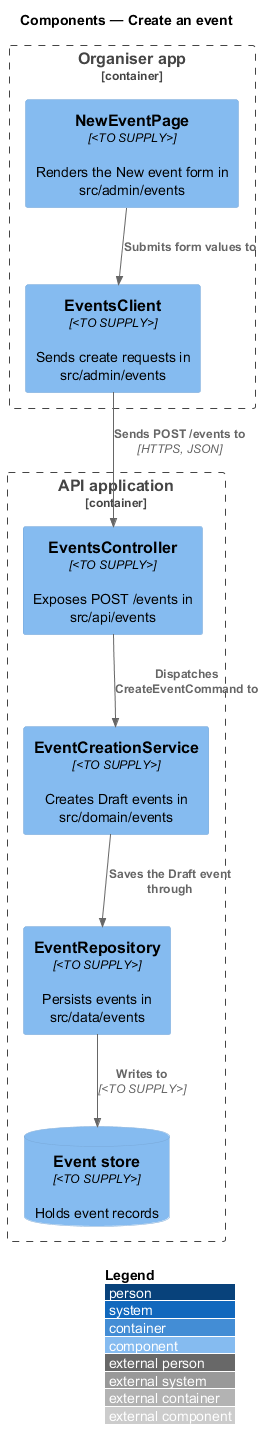
Before: docs/detailed-designs/events/create-event/diagrams/c4-component.png, a diagram exported from PlantUML (QuinntyneBrown/rsvp-cms). Source of this version:
```plantuml
@startuml
!include <C4/C4_Component>
LAYOUT_WITH_LEGEND()
title Components — Create an event

Container_Boundary(admin, "Organiser app") {
  Component(page, "NewEventPage", "<TO SUPPLY>", "Renders the New event form in src/admin/events")
  Component(client, "EventsClient", "<TO SUPPLY>", "Sends create requests in src/admin/events")
}
Container_Boundary(api, "API application") {
  Component(ctrl, "EventsController", "<TO SUPPLY>", "Exposes POST /events in src/api/events")
  Component(service, "EventCreationService", "<TO SUPPLY>", "Creates Draft events in src/domain/events")
  Component(repo, "EventRepository", "<TO SUPPLY>", "Persists events in src/data/events")
  ComponentDb(db, "Event store", "<TO SUPPLY>", "Holds event records")
}

Rel(page, client, "Submits form values to")
Rel(client, ctrl, "Sends POST /events to", "HTTPS, JSON")
Rel(ctrl, service, "Dispatches CreateEventCommand to")
Rel(service, repo, "Saves the Draft event through")
Rel(repo, db, "Writes to", "<TO SUPPLY>")
@enduml
```
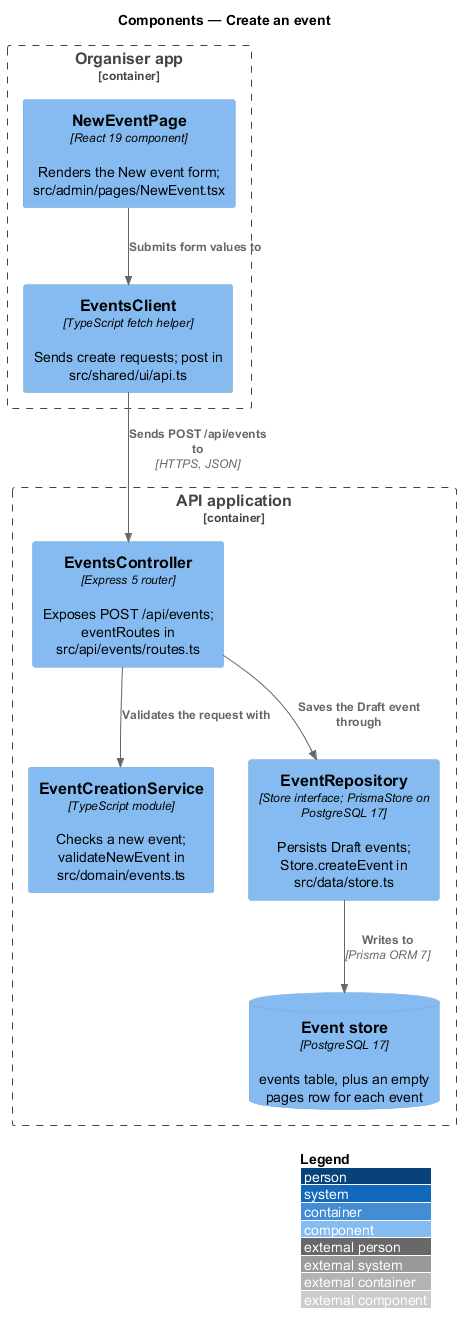
The same diagram one commit later.

The edit, as a diff of the source:
```diff
@@ -4,19 +4,19 @@
 title Components — Create an event
 
 Container_Boundary(admin, "Organiser app") {
-  Component(page, "NewEventPage", "<TO SUPPLY>", "Renders the New event form in src/admin/events")
-  Component(client, "EventsClient", "<TO SUPPLY>", "Sends create requests in src/admin/events")
+  Component(page, "NewEventPage", "React 19 component", "Renders the New event form; src/admin/pages/NewEvent.tsx")
+  Component(client, "EventsClient", "TypeScript fetch helper", "Sends create requests; post in src/shared/ui/api.ts")
 }
 Container_Boundary(api, "API application") {
-  Component(ctrl, "EventsController", "<TO SUPPLY>", "Exposes POST /events in src/api/events")
-  Component(service, "EventCreationService", "<TO SUPPLY>", "Creates Draft events in src/domain/events")
-  Component(repo, "EventRepository", "<TO SUPPLY>", "Persists events in src/data/events")
-  ComponentDb(db, "Event store", "<TO SUPPLY>", "Holds event records")
+  Component(ctrl, "EventsController", "Express 5 router", "Exposes POST /api/events; eventRoutes in src/api/events/routes.ts")
+  Component(service, "EventCreationService", "TypeScript module", "Checks a new event; validateNewEvent in src/domain/events.ts")
+  Component(repo, "EventRepository", "Store interface; PrismaStore on PostgreSQL 17", "Persists Draft events; Store.createEvent in src/data/store.ts")
+  ComponentDb(db, "Event store", "PostgreSQL 17", "events table, plus an empty pages row for each event")
 }
 
 Rel(page, client, "Submits form values to")
-Rel(client, ctrl, "Sends POST /events to", "HTTPS, JSON")
-Rel(ctrl, service, "Dispatches CreateEventCommand to")
-Rel(service, repo, "Saves the Draft event through")
-Rel(repo, db, "Writes to", "<TO SUPPLY>")
+Rel(client, ctrl, "Sends POST /api/events to", "HTTPS, JSON")
+Rel(ctrl, service, "Validates the request with")
+Rel(ctrl, repo, "Saves the Draft event through")
+Rel(repo, db, "Writes to", "Prisma ORM 7")
 @enduml
```
